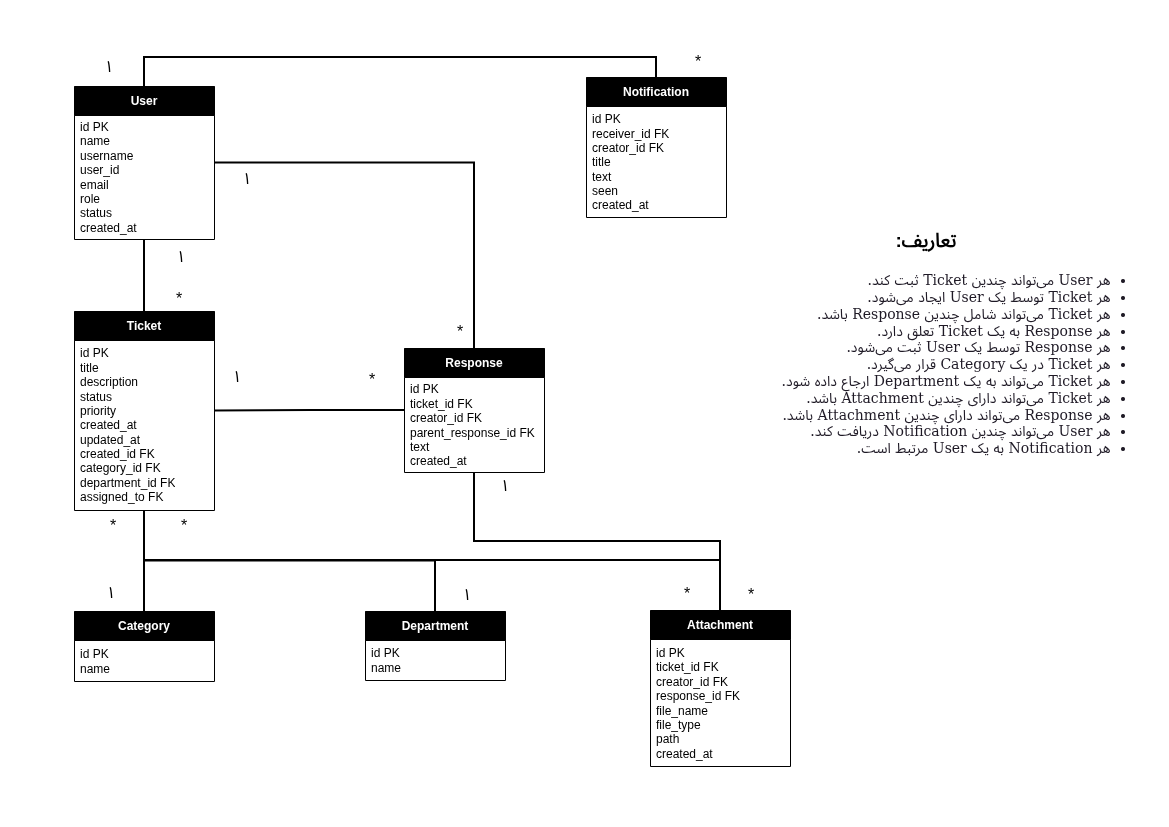
Above: diagrams/erd/erd.png in teymuri-alireza/help-desk-system (draw.io), before the change. Source tidied: cells renumbered, new cells last; positions are measured from the earlier drawing's top-left corner, leaving out a move shared by most shapes.
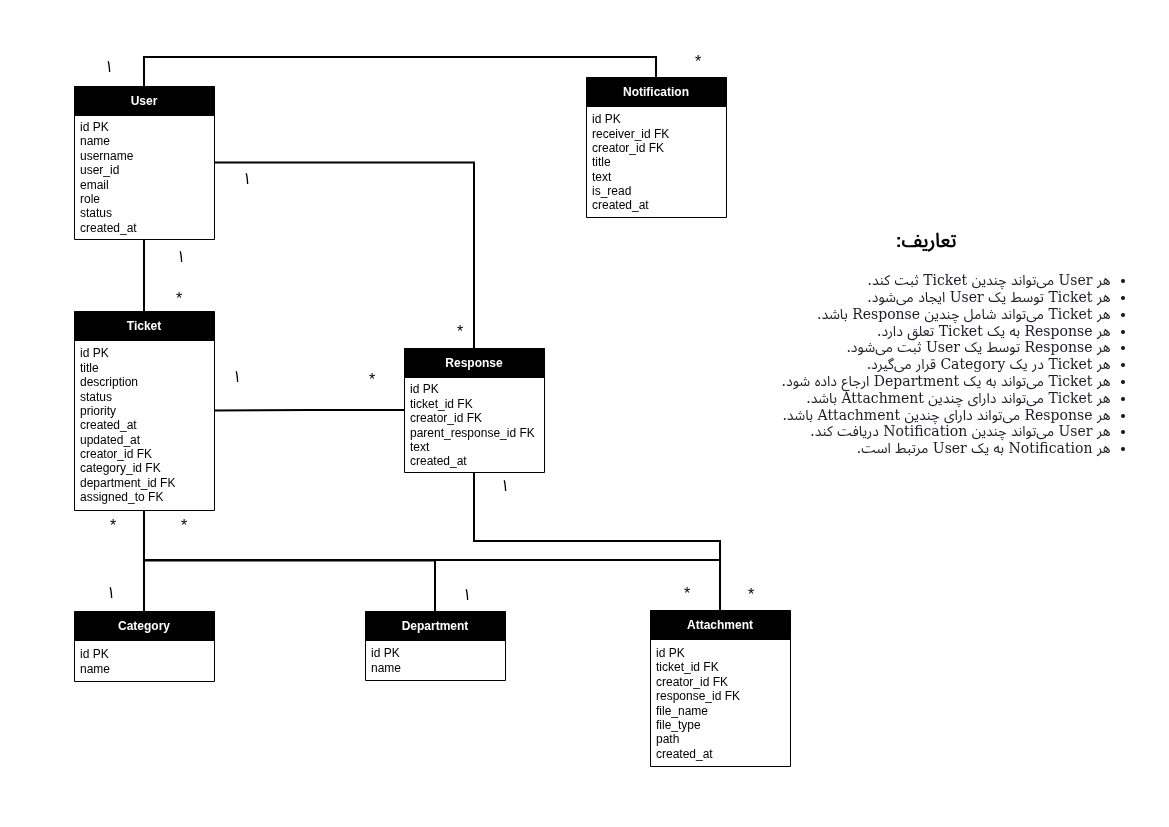
Above is the later version.

Change to the diagram source:
```diff
@@ -14,7 +14,7 @@
     <mxCell id="5" value="Ticket" style="swimlane;fontStyle=1;align=center;verticalAlign=middle;horizontal=1;startSize=29;html=1;whiteSpace=wrap;strokeColor=light-dark(#000000,#000000);swimlaneFillColor=none;fillColor=light-dark(#FFFFFF,#000000);gradientColor=none;fontColor=light-dark(#000000,#FFFFFF);" parent="1" vertex="1">
       <mxGeometry y="265" width="140" height="199" as="geometry" />
     </mxCell>
-    <mxCell id="6" value="id PK&lt;div&gt;title&lt;/div&gt;&lt;div&gt;description&lt;/div&gt;&lt;div&gt;status&lt;/div&gt;&lt;div&gt;priority&lt;/div&gt;&lt;div&gt;created_at&lt;/div&gt;&lt;div&gt;updated_at&lt;/div&gt;&lt;div&gt;created_id FK&lt;/div&gt;&lt;div&gt;category_id FK&lt;/div&gt;&lt;div&gt;department_id FK&lt;/div&gt;&lt;div&gt;assigned_to FK&lt;/div&gt;" style="text;html=1;strokeColor=none;fillColor=light-dark(#FFFFFF,transparent);align=left;verticalAlign=middle;spacingLeft=4;spacingRight=4;overflow=hidden;points=[[0,0.5],[1,0.5]];portConstraint=eastwest;whiteSpace=wrap;swimlaneFillColor=none;gradientColor=none;fontColor=light-dark(#000000,#000000);" parent="5" vertex="1">
+    <mxCell id="6" value="id PK&lt;div&gt;title&lt;/div&gt;&lt;div&gt;description&lt;/div&gt;&lt;div&gt;status&lt;/div&gt;&lt;div&gt;priority&lt;/div&gt;&lt;div&gt;created_at&lt;/div&gt;&lt;div&gt;updated_at&lt;/div&gt;&lt;div&gt;creator_id FK&lt;/div&gt;&lt;div&gt;category_id FK&lt;/div&gt;&lt;div&gt;department_id FK&lt;/div&gt;&lt;div&gt;assigned_to FK&lt;/div&gt;" style="text;html=1;strokeColor=none;fillColor=light-dark(#FFFFFF,transparent);align=left;verticalAlign=middle;spacingLeft=4;spacingRight=4;overflow=hidden;points=[[0,0.5],[1,0.5]];portConstraint=eastwest;whiteSpace=wrap;swimlaneFillColor=none;gradientColor=none;fontColor=light-dark(#000000,#000000);" parent="5" vertex="1">
       <mxGeometry y="29" width="140" height="170" as="geometry" />
     </mxCell>
     <mxCell id="7" value="Response" style="swimlane;fontStyle=1;align=center;verticalAlign=middle;horizontal=1;startSize=29;html=1;whiteSpace=wrap;strokeColor=light-dark(#000000,#000000);swimlaneFillColor=none;fillColor=light-dark(#FFFFFF,#000000);gradientColor=none;fontColor=light-dark(#000000,#FFFFFF);" parent="1" vertex="1">
@@ -44,7 +44,7 @@
     <mxCell id="15" value="Notification" style="swimlane;fontStyle=1;align=center;verticalAlign=middle;horizontal=1;startSize=29;html=1;whiteSpace=wrap;strokeColor=light-dark(#000000,#000000);swimlaneFillColor=none;fillColor=light-dark(#FFFFFF,#000000);gradientColor=none;fontColor=light-dark(#000000,#FFFFFF);" parent="1" vertex="1">
       <mxGeometry x="512" y="31" width="140" height="140" as="geometry" />
     </mxCell>
-    <mxCell id="16" value="id PK&lt;div&gt;receiver_id FK&lt;/div&gt;&lt;div&gt;creator_id FK&lt;/div&gt;&lt;div&gt;title&lt;/div&gt;&lt;div&gt;text&lt;/div&gt;&lt;div&gt;seen&lt;/div&gt;&lt;div&gt;created_at&lt;/div&gt;" style="text;html=1;strokeColor=none;fillColor=light-dark(#FFFFFF,transparent);align=left;verticalAlign=middle;spacingLeft=4;spacingRight=4;overflow=hidden;whiteSpace=wrap;swimlaneFillColor=none;gradientColor=none;fontColor=light-dark(#000000,#000000);" parent="15" vertex="1">
+    <mxCell id="16" value="id PK&lt;div&gt;receiver_id FK&lt;/div&gt;&lt;div&gt;creator_id FK&lt;/div&gt;&lt;div&gt;title&lt;/div&gt;&lt;div&gt;text&lt;/div&gt;&lt;div&gt;is_read&lt;/div&gt;&lt;div&gt;created_at&lt;/div&gt;" style="text;html=1;strokeColor=none;fillColor=light-dark(#FFFFFF,transparent);align=left;verticalAlign=middle;spacingLeft=4;spacingRight=4;overflow=hidden;whiteSpace=wrap;swimlaneFillColor=none;gradientColor=none;fontColor=light-dark(#000000,#000000);" parent="15" vertex="1">
       <mxGeometry y="29" width="140" height="111" as="geometry" />
     </mxCell>
     <mxCell id="17" value="&lt;font style=&quot;font-size: 16px; color: light-dark(rgb(0, 0, 0), rgb(0, 0, 0));&quot;&gt;۱&lt;/font&gt;" style="text;html=1;whiteSpace=wrap;strokeColor=none;fillColor=none;align=center;verticalAlign=middle;rounded=0;" parent="1" vertex="1">
```
